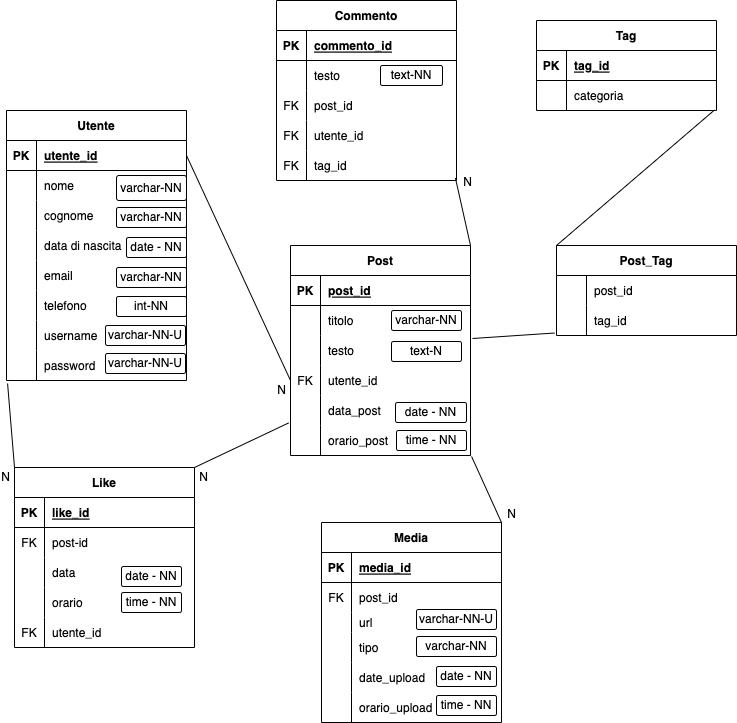
Above: Milestone3.png in FrancescoDAmbrosio1/social-platform (draw.io), before the change. Source tidied: cells renumbered, new cells last; positions are measured from the earlier drawing's top-left corner, leaving out a move shared by most shapes.
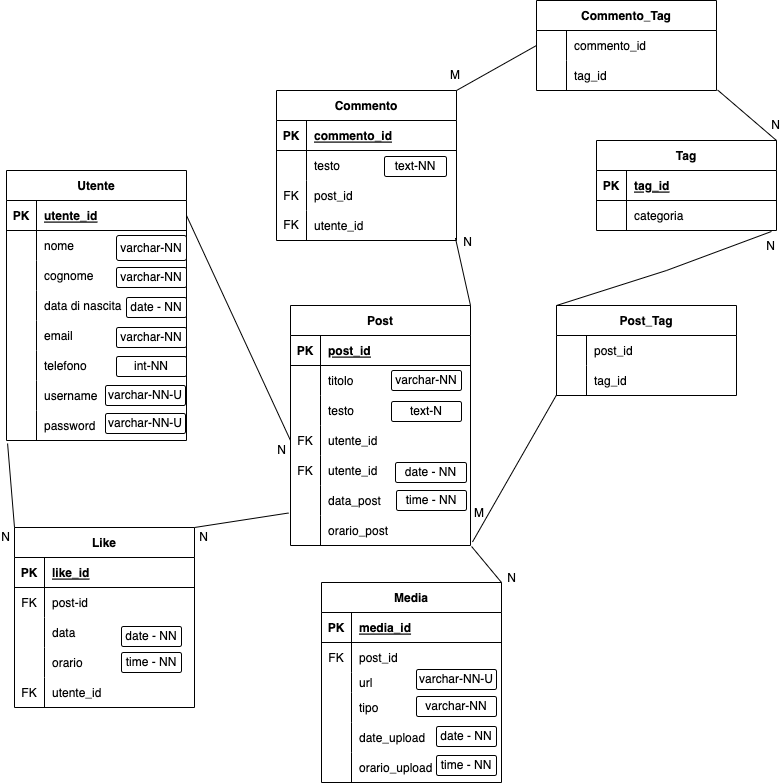
After the change.

What changed in the source:
```diff
@@ -78,7 +78,7 @@
       <mxGeometry x="30" width="150" height="30" as="geometry" />
     </mxCell>
     <mxCell id="27" value="Post" style="shape=table;startSize=30;rowLines=0;fontStyle=1;align=center;" parent="1" vertex="1">
-      <mxGeometry x="284" y="245" width="180" height="210" as="geometry" />
+      <mxGeometry x="284" y="245" width="180" height="240" as="geometry" />
     </mxCell>
     <mxCell id="28" style="shape=tableRow;horizontal=0;startSize=0;swimlaneHead=0;swimlaneBody=0;fillColor=none;top=0;left=0;right=0;bottom=1;" parent="27" vertex="1">
       <mxGeometry y="30" width="180" height="30" as="geometry" />
@@ -116,8 +116,17 @@
     <mxCell id="39" value="utente_id" style="shape=partialRectangle;fillColor=none;top=0;left=0;bottom=0;right=0;align=left;spacingLeft=6;fontStyle=0;overflow=hidden;" parent="37" vertex="1">
       <mxGeometry x="30" width="150" height="30" as="geometry" />
     </mxCell>
+    <mxCell id="101" style="shape=tableRow;horizontal=0;startSize=0;swimlaneHead=0;swimlaneBody=0;fillColor=none;points=[[0,0.5],[1,0.5]];portConstraint=eastwest;top=0;left=0;right=0;bottom=0;" parent="27" vertex="1">
+      <mxGeometry y="150" width="180" height="30" as="geometry" />
+    </mxCell>
+    <mxCell id="141" value="FK" style="shape=partialRectangle;fillColor=none;top=0;left=0;bottom=0;right=0;fontStyle=0;overflow=hidden;" parent="101" vertex="1">
+      <mxGeometry width="30" height="30" as="geometry" />
+    </mxCell>
+    <mxCell id="151" value="utente_id" style="shape=partialRectangle;fillColor=none;top=0;left=0;bottom=0;right=0;align=left;spacingLeft=6;fontStyle=0;overflow=hidden;" parent="101" vertex="1">
+      <mxGeometry x="30" width="150" height="30" as="geometry" />
+    </mxCell>
     <mxCell id="40" style="shape=tableRow;horizontal=0;startSize=0;swimlaneHead=0;swimlaneBody=0;fillColor=none;points=[[0,0.5],[1,0.5]];portConstraint=eastwest;top=0;left=0;right=0;bottom=0;" parent="27" vertex="1">
-      <mxGeometry y="150" width="180" height="30" as="geometry" />
+      <mxGeometry y="180" width="180" height="30" as="geometry" />
     </mxCell>
     <mxCell id="41" style="shape=partialRectangle;fillColor=none;top=0;left=0;bottom=0;right=0;fontStyle=0;overflow=hidden;" parent="40" vertex="1">
       <mxGeometry width="30" height="30" as="geometry" />
@@ -126,7 +135,7 @@
       <mxGeometry x="30" width="150" height="30" as="geometry" />
     </mxCell>
     <mxCell id="43" style="shape=tableRow;horizontal=0;startSize=0;swimlaneHead=0;swimlaneBody=0;fillColor=none;points=[[0,0.5],[1,0.5]];portConstraint=eastwest;top=0;left=0;right=0;bottom=0;" parent="27" vertex="1">
-      <mxGeometry y="180" width="180" height="30" as="geometry" />
+      <mxGeometry y="210" width="180" height="30" as="geometry" />
     </mxCell>
     <mxCell id="44" style="shape=partialRectangle;fillColor=none;top=0;left=0;bottom=0;right=0;fontStyle=0;overflow=hidden;" parent="43" vertex="1">
       <mxGeometry width="30" height="30" as="geometry" />
@@ -192,7 +201,7 @@
       <mxGeometry x="30" width="150" height="30" as="geometry" />
     </mxCell>
     <mxCell id="65" value="Tag" style="shape=table;startSize=30;rowLines=0;fontStyle=1;align=center;" parent="1" vertex="1">
-      <mxGeometry x="530" y="20" width="180" height="90" as="geometry" />
+      <mxGeometry x="590" y="80" width="180" height="90" as="geometry" />
     </mxCell>
     <mxCell id="66" style="shape=tableRow;horizontal=0;startSize=0;swimlaneHead=0;swimlaneBody=0;fillColor=none;top=0;left=0;right=0;bottom=1;" parent="65" vertex="1">
       <mxGeometry y="30" width="180" height="30" as="geometry" />
@@ -261,7 +270,7 @@
       <mxGeometry x="30" width="150" height="30" as="geometry" />
     </mxCell>
     <mxCell id="88" value="Commento" style="shape=table;startSize=30;rowLines=0;fontStyle=1;align=center;" parent="1" vertex="1">
-      <mxGeometry x="270" width="180" height="180" as="geometry" />
+      <mxGeometry x="270" y="30" width="180" height="150" as="geometry" />
     </mxCell>
     <mxCell id="89" style="shape=tableRow;horizontal=0;startSize=0;swimlaneHead=0;swimlaneBody=0;fillColor=none;top=0;left=0;right=0;bottom=1;" parent="88" vertex="1">
       <mxGeometry y="30" width="180" height="30" as="geometry" />
@@ -299,15 +308,6 @@
     <mxCell id="100" value="utente_id" style="shape=partialRectangle;fillColor=none;top=0;left=0;bottom=0;right=0;align=left;spacingLeft=6;overflow=hidden;" parent="98" vertex="1">
       <mxGeometry x="30" width="150" height="30" as="geometry" />
     </mxCell>
-    <mxCell id="101" style="shape=tableRow;horizontal=0;startSize=0;swimlaneHead=0;swimlaneBody=0;fillColor=none;points=[[0,0.5],[1,0.5]];portConstraint=eastwest;top=0;left=0;right=0;bottom=0;" parent="88" vertex="1">
-      <mxGeometry y="150" width="180" height="30" as="geometry" />
-    </mxCell>
-    <mxCell id="102" style="shape=partialRectangle;fillColor=none;top=0;left=0;bottom=0;right=0;overflow=hidden;" parent="101" vertex="1">
-      <mxGeometry width="30" height="30" as="geometry" />
-    </mxCell>
-    <mxCell id="103" value="tag_id" style="shape=partialRectangle;fillColor=none;top=0;left=0;bottom=0;right=0;align=left;spacingLeft=6;overflow=hidden;" parent="101" vertex="1">
-      <mxGeometry x="30" width="150" height="30" as="geometry" />
-    </mxCell>
     <mxCell id="104" style="endArrow=none;html=1;rounded=0;entryX=0;entryY=0.5;entryDx=0;entryDy=0;exitX=1;exitY=0.5;exitDx=0;exitDy=0;" parent="1" edge="1" source="3" target="37">
       <mxGeometry relative="1" as="geometry" />
     </mxCell>
@@ -327,7 +327,7 @@
     </mxCell>
     <mxCell id="109" value="N" style="html=1;align=right;verticalAlign=bottom;" parent="107" vertex="1">
       <mxGeometry x="1" relative="1" as="geometry">
-        <mxPoint x="15" as="offset" />
+        <mxPoint x="15" y="4" as="offset" />
       </mxGeometry>
     </mxCell>
     <mxCell id="110" style="endArrow=none;html=1;rounded=0;entryX=0;entryY=0;entryDx=0;entryDy=0;exitX=0.006;exitY=1.1;exitDx=0;exitDy=0;exitPerimeter=0;" parent="1" edge="1" source="24">
@@ -364,14 +364,10 @@
     <mxCell id="119" value="tag_id" style="shape=partialRectangle;fillColor=none;top=0;left=0;bottom=0;right=0;align=left;spacingLeft=6;overflow=hidden;" parent="117" vertex="1">
       <mxGeometry x="30" width="150" height="30" as="geometry" />
     </mxCell>
-    <mxCell id="120" style="endArrow=none;html=1;rounded=0;exitX=1.011;exitY=0.1;exitDx=0;exitDy=0;entryX=-0.011;entryY=0.917;entryDx=0;entryDy=0;exitPerimeter=0;entryPerimeter=0;" parent="1" edge="1" source="34" target="117">
-      <mxGeometry relative="1" as="geometry" />
-    </mxCell>
-    <mxCell id="121" style="endArrow=none;html=1;rounded=0;exitX=0;exitY=0;exitDx=0;exitDy=0;entryX=0.989;entryY=0.983;entryDx=0;entryDy=0;entryPerimeter=0;" parent="1" edge="1" source="113" target="69">
-      <mxGeometry relative="1" as="geometry" />
-    </mxCell>
-    <mxCell id="122" style="endArrow=none;html=1;rounded=0;entryX=0.994;entryY=0.917;entryDx=0;entryDy=0;entryPerimeter=0;exitX=1;exitY=0;exitDx=0;exitDy=0;" parent="1" edge="1" source="27" target="101">
-      <mxGeometry relative="1" as="geometry" />
+    <mxCell id="122" style="endArrow=none;html=1;rounded=0;entryX=0.994;entryY=0.917;entryDx=0;entryDy=0;entryPerimeter=0;exitX=1;exitY=0;exitDx=0;exitDy=0;" parent="1" edge="1" source="27">
+      <mxGeometry relative="1" as="geometry">
+        <mxPoint x="448.9" y="177.5" as="targetPoint" />
+      </mxGeometry>
     </mxCell>
     <mxCell id="123" style="html=1;align=left;verticalAlign=bottom;" parent="122" vertex="1">
       <mxGeometry x="-1" relative="1" as="geometry" />
@@ -382,7 +378,7 @@
       </mxGeometry>
     </mxCell>
     <mxCell id="125" value="FK" style="shape=partialRectangle;fillColor=none;top=0;left=0;bottom=0;right=0;fontStyle=0;overflow=hidden;" parent="1" vertex="1">
-      <mxGeometry x="270" y="90" width="30" height="30" as="geometry" />
+      <mxGeometry x="270" y="149" width="30" height="30" as="geometry" />
     </mxCell>
     <mxCell id="126" value="FK" style="shape=partialRectangle;fillColor=none;top=0;left=0;bottom=0;right=0;fontStyle=0;overflow=hidden;" parent="1" vertex="1">
       <mxGeometry x="270" y="120" width="30" height="30" as="geometry" />
@@ -429,11 +425,8 @@
       <mxGeometry x="8" y="527" width="30" height="30" as="geometry" />
     </mxCell>
     <mxCell id="140" value="text-NN" style="rounded=1;arcSize=10;whiteSpace=wrap;html=1;align=center;" parent="1" vertex="1">
-      <mxGeometry x="374" y="65" width="62" height="20" as="geometry" />
+      <mxGeometry x="378" y="96" width="62" height="20" as="geometry" />
     </mxCell>
-    <mxCell id="141" value="FK" style="shape=partialRectangle;fillColor=none;top=0;left=0;bottom=0;right=0;fontStyle=0;overflow=hidden;" parent="1" vertex="1">
-      <mxGeometry x="270" y="150" width="30" height="30" as="geometry" />
-    </mxCell>
     <mxCell id="142" value="date - NN" style="rounded=1;arcSize=10;whiteSpace=wrap;html=1;align=center;" parent="1" vertex="1">
       <mxGeometry x="115" y="566" width="60" height="20" as="geometry" />
     </mxCell>
@@ -461,5 +454,67 @@
     <mxCell id="150" value="varchar-NN-U" style="rounded=1;arcSize=10;whiteSpace=wrap;html=1;align=center;" parent="1" vertex="1">
       <mxGeometry x="99" y="353" width="80" height="20" as="geometry" />
     </mxCell>
+    <mxCell id="152" value="Commento_Tag" style="shape=table;startSize=30;rowLines=0;fontStyle=1;align=center;" parent="1" vertex="1">
+      <mxGeometry x="530" y="-60" width="180" height="90" as="geometry" />
+    </mxCell>
+    <mxCell id="153" style="shape=tableRow;horizontal=0;startSize=0;swimlaneHead=0;swimlaneBody=0;fillColor=none;points=[[0,0.5],[1,0.5]];portConstraint=eastwest;top=0;left=0;right=0;bottom=0;" parent="152" vertex="1">
+      <mxGeometry y="30" width="180" height="30" as="geometry" />
+    </mxCell>
+    <mxCell id="154" style="shape=partialRectangle;fillColor=none;top=0;left=0;bottom=0;right=0;overflow=hidden;" parent="153" vertex="1">
+      <mxGeometry width="30" height="30" as="geometry" />
+    </mxCell>
+    <mxCell id="155" value="commento_id" style="shape=partialRectangle;fillColor=none;top=0;left=0;bottom=0;right=0;align=left;spacingLeft=6;overflow=hidden;" parent="153" vertex="1">
+      <mxGeometry x="30" width="150" height="30" as="geometry" />
+    </mxCell>
+    <mxCell id="156" style="shape=tableRow;horizontal=0;startSize=0;swimlaneHead=0;swimlaneBody=0;fillColor=none;points=[[0,0.5],[1,0.5]];portConstraint=eastwest;top=0;left=0;right=0;bottom=0;" parent="152" vertex="1">
+      <mxGeometry y="60" width="180" height="30" as="geometry" />
+    </mxCell>
+    <mxCell id="157" style="shape=partialRectangle;fillColor=none;top=0;left=0;bottom=0;right=0;overflow=hidden;" parent="156" vertex="1">
+      <mxGeometry width="30" height="30" as="geometry" />
+    </mxCell>
+    <mxCell id="103" value="tag_id" style="shape=partialRectangle;fillColor=none;top=0;left=0;bottom=0;right=0;align=left;spacingLeft=6;overflow=hidden;" parent="156" vertex="1">
+      <mxGeometry x="30" width="150" height="30" as="geometry" />
+    </mxCell>
+    <mxCell id="158" style="html=1;align=right;verticalAlign=bottom;" parent="1" vertex="1">
+      <mxGeometry x="476" y="177.7" as="geometry">
+        <mxPoint x="49" y="-189" as="offset" />
+      </mxGeometry>
+    </mxCell>
+    <mxCell id="159" style="endArrow=none;html=1;rounded=0;exitX=1.006;exitY=0.983;exitDx=0;exitDy=0;exitPerimeter=0;entryX=1;entryY=0;entryDx=0;entryDy=0;" parent="1" edge="1" source="156" target="65">
+      <mxGeometry relative="1" as="geometry" />
+    </mxCell>
+    <mxCell id="160" value="N" style="html=1;align=right;verticalAlign=bottom;" parent="159" vertex="1">
+      <mxGeometry x="1" relative="1" as="geometry">
+        <mxPoint x="4" y="-7" as="offset" />
+      </mxGeometry>
+    </mxCell>
+    <mxCell id="161" style="endArrow=none;html=1;rounded=0;exitX=0;exitY=0.5;exitDx=0;exitDy=0;entryX=1;entryY=0;entryDx=0;entryDy=0;" parent="1" edge="1" source="153" target="88">
+      <mxGeometry relative="1" as="geometry" />
+    </mxCell>
+    <mxCell id="162" value="M" style="html=1;align=right;verticalAlign=bottom;" parent="161" vertex="1">
+      <mxGeometry x="1" relative="1" as="geometry">
+        <mxPoint x="4" y="-7" as="offset" />
+      </mxGeometry>
+    </mxCell>
+    <mxCell id="163" style="endArrow=none;html=1;rounded=0;exitX=0;exitY=0.983;exitDx=0;exitDy=0;entryX=1.011;entryY=0.883;entryDx=0;entryDy=0;exitPerimeter=0;entryPerimeter=0;" parent="1" edge="1" source="117" target="43">
+      <mxGeometry relative="1" as="geometry" />
+    </mxCell>
+    <mxCell id="164" value="M" style="html=1;align=right;verticalAlign=bottom;" parent="163" vertex="1">
+      <mxGeometry x="1" relative="1" as="geometry">
+        <mxPoint x="12" y="-20" as="offset" />
+      </mxGeometry>
+    </mxCell>
+    <mxCell id="121" style="endArrow=none;html=1;rounded=0;exitX=0;exitY=0;exitDx=0;exitDy=0;entryX=0.972;entryY=1.033;entryDx=0;entryDy=0;entryPerimeter=0;" parent="1" edge="1" source="113" target="69">
+      <mxGeometry relative="1" as="geometry">
+        <Array as="points">
+          <mxPoint x="660" y="210" />
+        </Array>
+      </mxGeometry>
+    </mxCell>
+    <mxCell id="165" value="N" style="html=1;align=right;verticalAlign=bottom;" parent="121" vertex="1">
+      <mxGeometry x="1" relative="1" as="geometry">
+        <mxPoint x="4" y="23" as="offset" />
+      </mxGeometry>
+    </mxCell>
   </root>
 </mxGraphModel>
```
